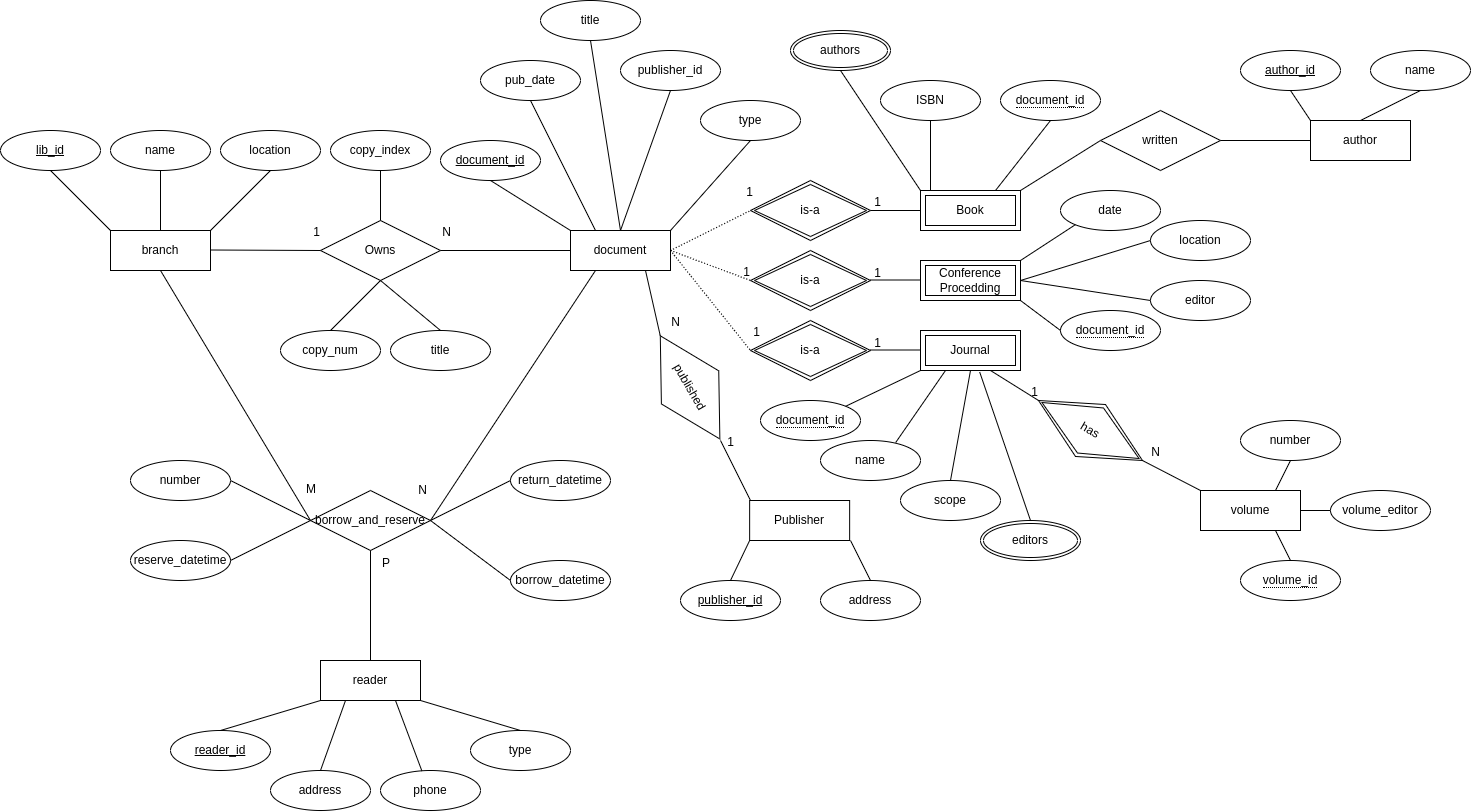
Earlier version of the draw.io export phase 2.png (Maple-pro/database-assignment). Source tidied: cells renumbered, new cells last; positions are measured from the earlier drawing's top-left corner, leaving out a move shared by most shapes.
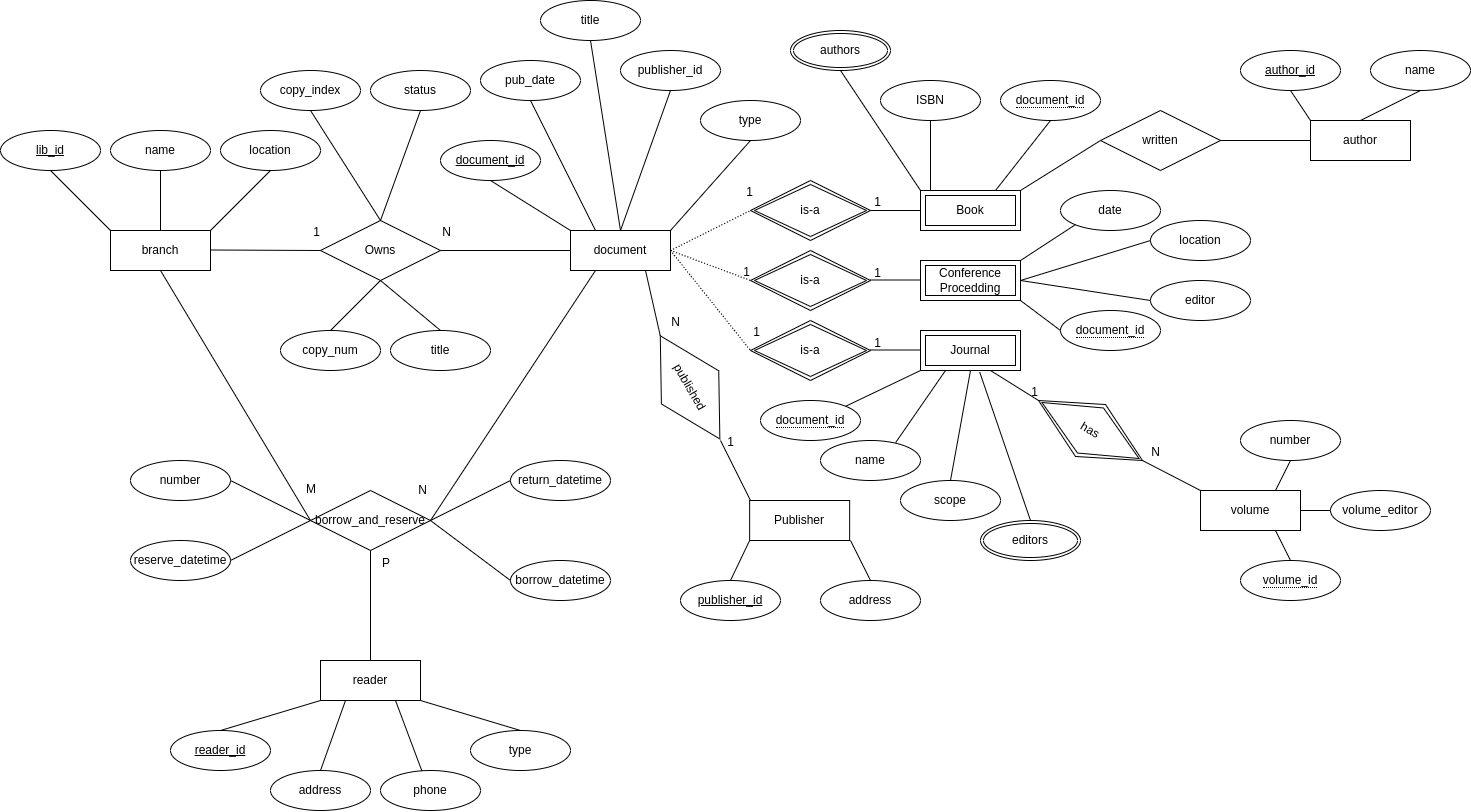
The same diagram one commit later.

What changed in the source:
```diff
@@ -88,7 +88,7 @@
       <mxGeometry relative="1" as="geometry" />
     </mxCell>
     <mxCell id="26" value="copy_index" style="ellipse;whiteSpace=wrap;html=1;align=center;" parent="1" vertex="1">
-      <mxGeometry x="330" y="130" width="100" height="40" as="geometry" />
+      <mxGeometry x="260" y="70" width="100" height="40" as="geometry" />
     </mxCell>
     <mxCell id="27" style="endArrow=none;html=1;rounded=0;exitX=0.5;exitY=1;exitDx=0;exitDy=0;entryX=0.5;entryY=0;entryDx=0;entryDy=0;" parent="1" edge="1" source="26">
       <mxGeometry relative="1" as="geometry">
@@ -445,5 +445,13 @@
     <mxCell id="125" value="number" style="ellipse;whiteSpace=wrap;html=1;align=center;" parent="1" vertex="1">
       <mxGeometry x="130" y="460" width="100" height="40" as="geometry" />
     </mxCell>
+    <mxCell id="126" value="status" style="ellipse;whiteSpace=wrap;html=1;align=center;" parent="1" vertex="1">
+      <mxGeometry x="370" y="70" width="100" height="40" as="geometry" />
+    </mxCell>
+    <mxCell id="127" style="endArrow=none;html=1;rounded=0;entryX=0.5;entryY=1;entryDx=0;entryDy=0;" parent="1" edge="1" target="126">
+      <mxGeometry relative="1" as="geometry">
+        <mxPoint x="380" y="220" as="sourcePoint" />
+      </mxGeometry>
+    </mxCell>
   </root>
 </mxGraphModel>
```
